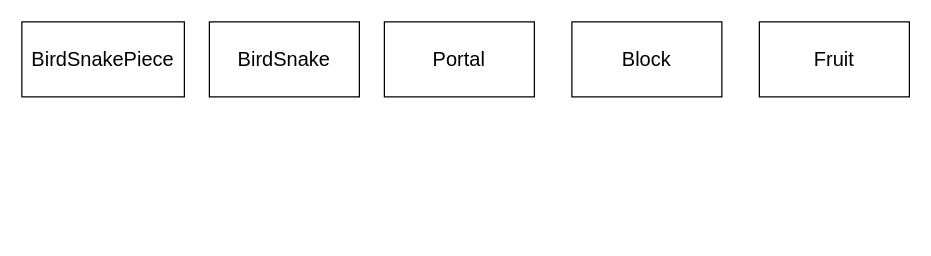
The draw.io diagram Flow Chart.drawio in EdZ543/ICS4U-final-project, before the edit. Source tidied: cells renumbered, new cells numbered last; positions are measured from the earlier drawing's top-left corner, leaving out a move shared by most shapes. Both pictures are drawn from the tidied source at 125%, with x=0, y=0 at pixel (21, 21).
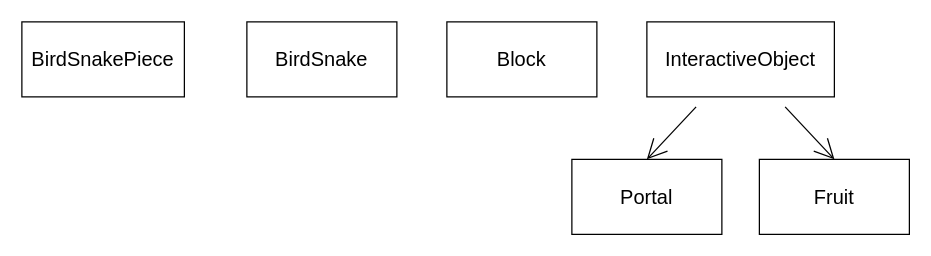
After the change.

Diff of the diagram source:
```diff
@@
 <mxGraphModel>
   <root>
     <mxCell id="0" />
     <mxCell id="1" parent="0" />
     <mxCell id="2" value="BirdSnake" style="rounded=0;whiteSpace=wrap;html=1;fontSize=16;" parent="1" vertex="1">
-      <mxGeometry x="150" width="120" height="60" as="geometry" />
+      <mxGeometry x="180" width="120" height="60" as="geometry" />
     </mxCell>
     <mxCell id="3" value="Portal" style="rounded=0;whiteSpace=wrap;html=1;fontSize=16;" parent="1" vertex="1">
-      <mxGeometry x="290" width="120" height="60" as="geometry" />
+      <mxGeometry x="440" y="110" width="120" height="60" as="geometry" />
     </mxCell>
     <mxCell id="4" value="Block" style="rounded=0;whiteSpace=wrap;html=1;fontSize=16;" parent="1" vertex="1">
-      <mxGeometry x="440" width="120" height="60" as="geometry" />
+      <mxGeometry x="340" width="120" height="60" as="geometry" />
     </mxCell>
     <mxCell id="5" value="Fruit" style="rounded=0;whiteSpace=wrap;html=1;fontSize=16;" parent="1" vertex="1">
-      <mxGeometry x="590" width="120" height="60" as="geometry" />
+      <mxGeometry x="590" y="110" width="120" height="60" as="geometry" />
     </mxCell>
     <mxCell id="6" value="BirdSnakePiece" style="rounded=0;whiteSpace=wrap;html=1;fontSize=16;" parent="1" vertex="1">
       <mxGeometry width="130" height="60" as="geometry" />
     </mxCell>
+    <mxCell id="7" style="edgeStyle=none;rounded=0;jettySize=auto;html=1;entryX=0.5;entryY=0;entryDx=0;entryDy=0;strokeColor=default;fontSize=12;endArrow=open;startSize=14;endSize=14;sourcePerimeterSpacing=8;targetPerimeterSpacing=8;" parent="1" edge="1" source="9" target="3">
+      <mxGeometry relative="1" as="geometry" />
+    </mxCell>
+    <mxCell id="8" style="edgeStyle=none;rounded=0;jettySize=auto;html=1;entryX=0.5;entryY=0;entryDx=0;entryDy=0;strokeColor=default;fontSize=12;endArrow=open;startSize=14;endSize=14;sourcePerimeterSpacing=8;targetPerimeterSpacing=8;" parent="1" edge="1" source="9" target="5">
+      <mxGeometry relative="1" as="geometry" />
+    </mxCell>
+    <mxCell id="9" value="InteractiveObject" style="rounded=0;whiteSpace=wrap;html=1;fontSize=16;" parent="1" vertex="1">
+      <mxGeometry x="500" width="150" height="60" as="geometry" />
+    </mxCell>
   </root>
 </mxGraphModel>
```
